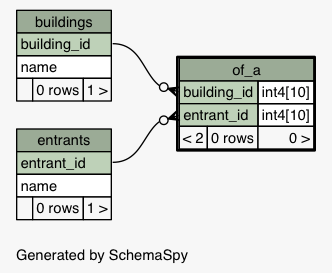
This is visualization/diagrams/of_a.1degree.png from mgouzenko/-bms, a Graphviz export, as it was before one commit. Its source is kept beside it as visualization/diagrams/of_a.1degree.dot. The source it was exported from:
```dot
digraph "oneDegreeRelationshipsDiagram" {
  graph [
    rankdir="RL"
    bgcolor="#f7f7f7"
    label="\nGenerated by SchemaSpy"
    labeljust="l"
    nodesep="0.18"
    ranksep="0.46"
    fontname="Helvetica"
    fontsize="11"
  ];
  node [
    fontname="Helvetica"
    fontsize="11"
    shape="plaintext"
  ];
  edge [
    arrowsize="0.8"
  ];
  "of_a":"building_id":w -> "buildings":"building_id":e [arrowhead=none dir=back arrowtail=crowodot];
  "of_a":"entrant_id":w -> "entrants":"entrant_id":e [arrowhead=none dir=back arrowtail=crowodot];
  "buildings" [
    label=<
    <TABLE BORDER="0" CELLBORDER="1" CELLSPACING="0" BGCOLOR="#ffffff">
      <TR><TD COLSPAN="3" BGCOLOR="#9bab96" ALIGN="CENTER">buildings</TD></TR>
      <TR><TD PORT="building_id" COLSPAN="3" BGCOLOR="#bed1b8" ALIGN="LEFT">building_id</TD></TR>
      <TR><TD PORT="name" COLSPAN="3" ALIGN="LEFT">name</TD></TR>
      <TR><TD ALIGN="LEFT" BGCOLOR="#f7f7f7">  </TD><TD ALIGN="RIGHT" BGCOLOR="#f7f7f7">0 rows</TD><TD ALIGN="RIGHT" BGCOLOR="#f7f7f7">1 &gt;</TD></TR>
    </TABLE>>
    URL="buildings.html"
    tooltip="buildings"
  ];
  "entrants" [
    label=<
    <TABLE BORDER="0" CELLBORDER="1" CELLSPACING="0" BGCOLOR="#ffffff">
      <TR><TD COLSPAN="3" BGCOLOR="#9bab96" ALIGN="CENTER">entrants</TD></TR>
      <TR><TD PORT="entrant_id" COLSPAN="3" BGCOLOR="#bed1b8" ALIGN="LEFT">entrant_id</TD></TR>
      <TR><TD PORT="name" COLSPAN="3" ALIGN="LEFT">name</TD></TR>
      <TR><TD ALIGN="LEFT" BGCOLOR="#f7f7f7">  </TD><TD ALIGN="RIGHT" BGCOLOR="#f7f7f7">0 rows</TD><TD ALIGN="RIGHT" BGCOLOR="#f7f7f7">1 &gt;</TD></TR>
    </TABLE>>
    URL="entrants.html"
    tooltip="entrants"
  ];
  "of_a" [
    label=<
    <TABLE BORDER="2" CELLBORDER="1" CELLSPACING="0" BGCOLOR="#ffffff">
      <TR><TD COLSPAN="3" BGCOLOR="#9bab96" ALIGN="CENTER">of_a</TD></TR>
      <TR><TD PORT="building_id" COLSPAN="2" BGCOLOR="#bed1b8" ALIGN="LEFT">building_id</TD><TD PORT="building_id.type" ALIGN="LEFT">int4[10]</TD></TR>
      <TR><TD PORT="entrant_id" COLSPAN="2" BGCOLOR="#bed1b8" ALIGN="LEFT">entrant_id</TD><TD PORT="entrant_id.type" ALIGN="LEFT">int4[10]</TD></TR>
      <TR><TD ALIGN="LEFT" BGCOLOR="#f7f7f7">&lt; 2</TD><TD ALIGN="RIGHT" BGCOLOR="#f7f7f7">0 rows</TD><TD ALIGN="RIGHT" BGCOLOR="#f7f7f7">0 &gt;</TD></TR>
    </TABLE>>
    URL="of_a.html"
    tooltip="of_a"
  ];
}
```
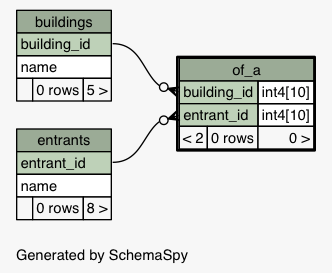
Later version of the same file.

Change to the diagram source:
```diff
@@ -25,7 +25,7 @@
       <TR><TD COLSPAN="3" BGCOLOR="#9bab96" ALIGN="CENTER">buildings</TD></TR>
       <TR><TD PORT="building_id" COLSPAN="3" BGCOLOR="#bed1b8" ALIGN="LEFT">building_id</TD></TR>
       <TR><TD PORT="name" COLSPAN="3" ALIGN="LEFT">name</TD></TR>
-      <TR><TD ALIGN="LEFT" BGCOLOR="#f7f7f7">  </TD><TD ALIGN="RIGHT" BGCOLOR="#f7f7f7">0 rows</TD><TD ALIGN="RIGHT" BGCOLOR="#f7f7f7">1 &gt;</TD></TR>
+      <TR><TD ALIGN="LEFT" BGCOLOR="#f7f7f7">  </TD><TD ALIGN="RIGHT" BGCOLOR="#f7f7f7">0 rows</TD><TD ALIGN="RIGHT" BGCOLOR="#f7f7f7">5 &gt;</TD></TR>
     </TABLE>>
     URL="buildings.html"
     tooltip="buildings"
@@ -36,7 +36,7 @@
       <TR><TD COLSPAN="3" BGCOLOR="#9bab96" ALIGN="CENTER">entrants</TD></TR>
       <TR><TD PORT="entrant_id" COLSPAN="3" BGCOLOR="#bed1b8" ALIGN="LEFT">entrant_id</TD></TR>
       <TR><TD PORT="name" COLSPAN="3" ALIGN="LEFT">name</TD></TR>
-      <TR><TD ALIGN="LEFT" BGCOLOR="#f7f7f7">  </TD><TD ALIGN="RIGHT" BGCOLOR="#f7f7f7">0 rows</TD><TD ALIGN="RIGHT" BGCOLOR="#f7f7f7">1 &gt;</TD></TR>
+      <TR><TD ALIGN="LEFT" BGCOLOR="#f7f7f7">  </TD><TD ALIGN="RIGHT" BGCOLOR="#f7f7f7">0 rows</TD><TD ALIGN="RIGHT" BGCOLOR="#f7f7f7">8 &gt;</TD></TR>
     </TABLE>>
     URL="entrants.html"
     tooltip="entrants"
```
